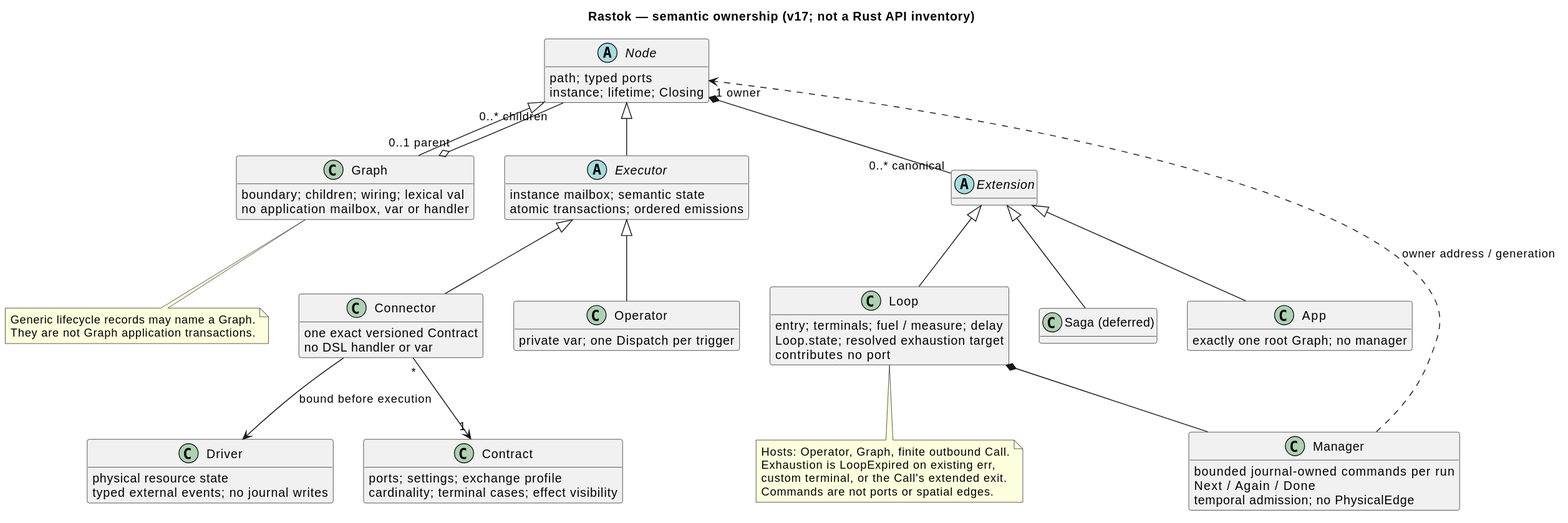
Above: docs/architecture/07-node-executor-extension.svg in rastok-io/rastok (PlantUML), before the change.
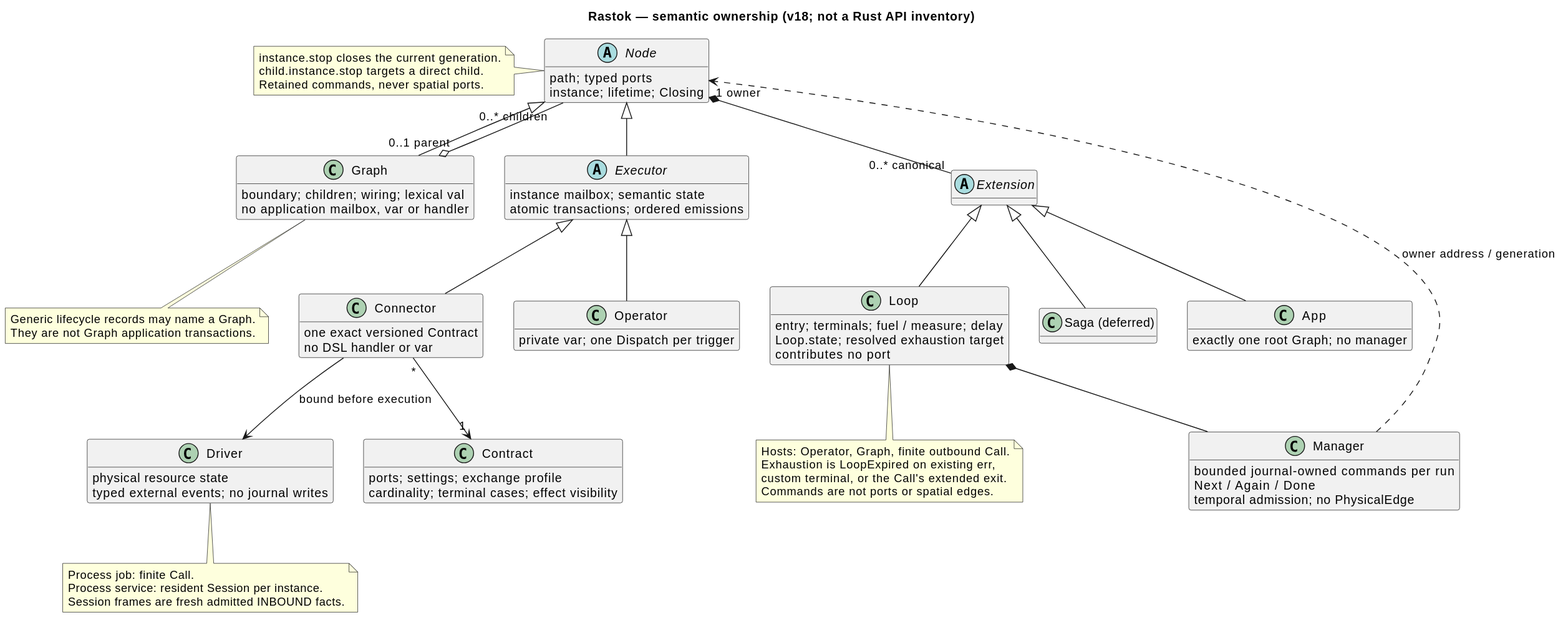
Later version of the same file.

The edit, as a diff of the source:
```diff
@@ -1,6 +1,6 @@
 @startuml
 skinparam backgroundColor white
-title Rastok — semantic ownership (v17; not a Rust API inventory)
+title Rastok — semantic ownership (v18; not a Rust API inventory)
 skinparam shadowing false
 skinparam classAttributeIconSize 0
 hide empty methods
@@ -63,6 +63,11 @@
 Loop *-- Manager
 Manager ..> Node : owner address / generation
 
+note left of Node
+instance.stop closes the current generation.
+child.instance.stop targets a direct child.
+Retained commands, never spatial ports.
+end note
 note bottom of Graph
 Generic lifecycle records may name a Graph.
 They are not Graph application transactions.
@@ -73,4 +78,9 @@
 custom terminal, or the Call's extended exit.
 Commands are not ports or spatial edges.
 end note
+note bottom of Driver
+Process job: finite Call.
+Process service: resident Session per instance.
+Session frames are fresh admitted INBOUND facts.
+end note
 @enduml
```
